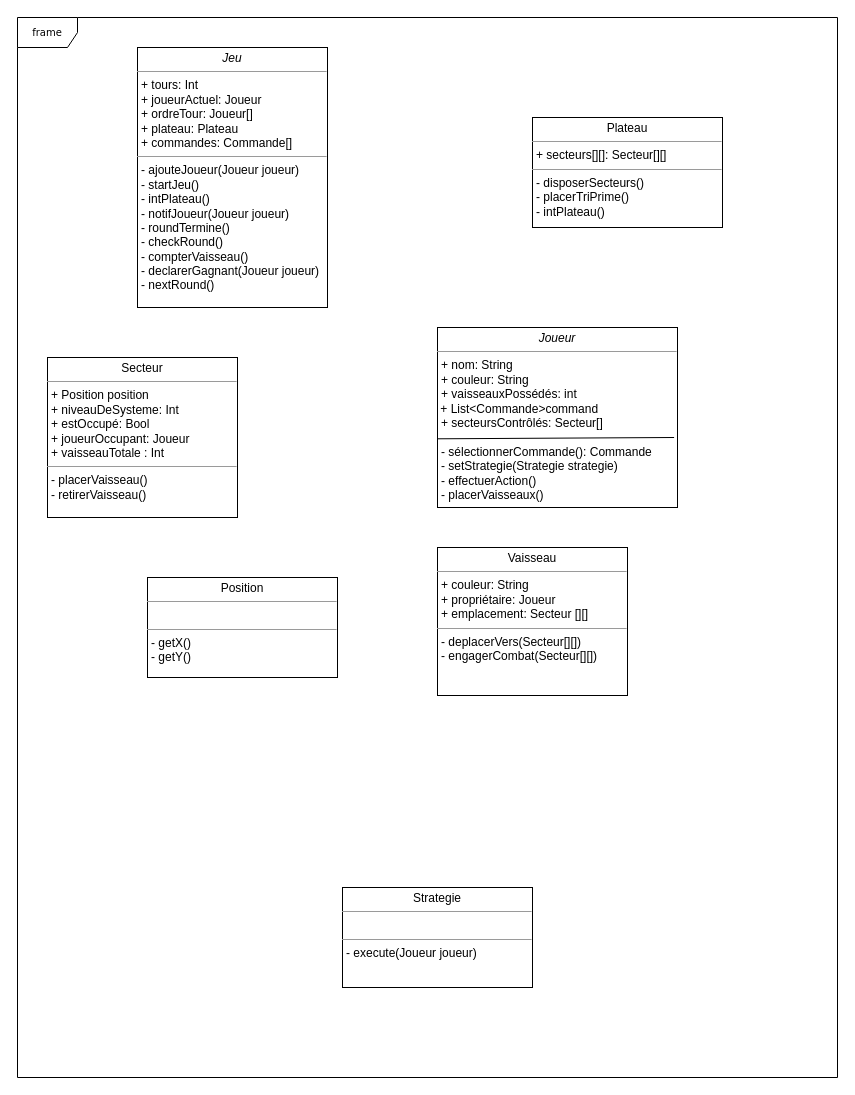
Earlier version of the draw.io diagram DiagrammeDeClasse.drawio (haikll/pocket_imperium_java). Source tidied: cells renumbered, new cells numbered last; positions are measured from the earlier drawing's top-left corner, leaving out a move shared by most shapes. Both pictures are drawn from the tidied source at 100%, with x=0, y=0 at pixel (17, 17).
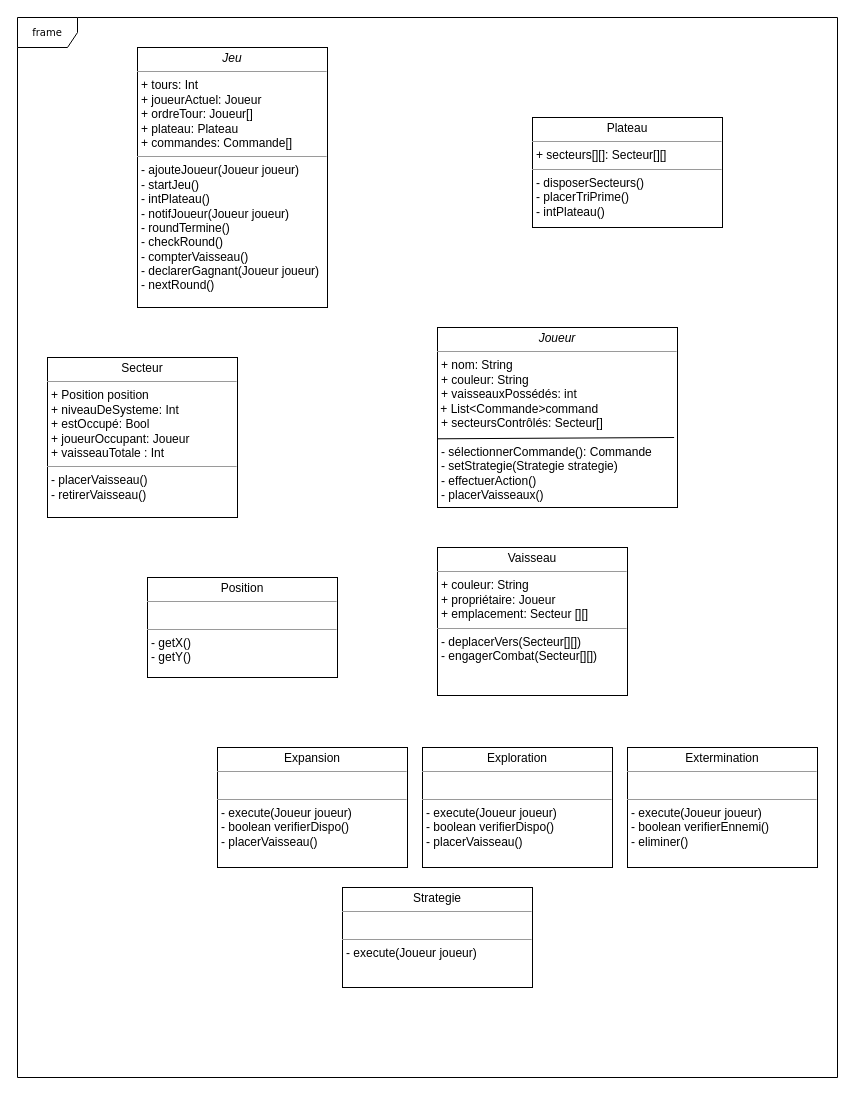
The same diagram, later.

Commit message (it also covers changes not shown here):
Mettre à jour DiagrammeDeClasse.drawio

Change to the diagram source:
```diff
@@
 <mxGraphModel>
   <root>
     <mxCell id="0" />
     <mxCell id="1" parent="0" />
     <mxCell id="2" value="frame" style="shape=umlFrame;whiteSpace=wrap;html=1;rounded=0;shadow=0;comic=0;labelBackgroundColor=none;strokeWidth=1;fontFamily=Verdana;fontSize=10;align=center;" parent="1" vertex="1">
       <mxGeometry width="820" height="1060" as="geometry" />
     </mxCell>
     <mxCell id="3" value="&lt;p style=&quot;margin:0px;margin-top:4px;text-align:center;&quot;&gt;&lt;span style=&quot;caret-color: rgb(0, 0, 0); text-align: start; text-wrap: wrap; text-size-adjust: auto;&quot; id=&quot;docs-internal-guid-2ee5d506-7fff-8867-afa0-fd2d16b8a3a7&quot;&gt;&lt;span style=&quot;background-color: transparent; font-variant-east-asian: normal; font-variant-position: normal; vertical-align: baseline; white-space-collapse: preserve;&quot;&gt;&lt;font style=&quot;font-size: 12px;&quot;&gt;Vaisseau&lt;/font&gt;&lt;/span&gt;&lt;/span&gt;&lt;br&gt;&lt;/p&gt;&lt;hr size=&quot;1&quot;&gt;&lt;p style=&quot;margin:0px;margin-left:4px;&quot;&gt;&lt;font style=&quot;font-size: 12px;&quot;&gt;+ couleur: String&lt;br&gt;+&amp;nbsp;&lt;span style=&quot;caret-color: rgb(0, 0, 0); text-wrap: wrap; text-size-adjust: auto;&quot; id=&quot;docs-internal-guid-62168c0f-7fff-41d5-4c26-f476566d4a15&quot;&gt;&lt;span style=&quot;font-family: Arial, sans-serif; background-color: transparent; font-variant-east-asian: normal; font-variant-position: normal; vertical-align: baseline; white-space-collapse: preserve;&quot;&gt;propriétaire&lt;/span&gt;&lt;/span&gt;: Joueur&lt;/font&gt;&lt;/p&gt;&lt;p style=&quot;margin:0px;margin-left:4px;&quot;&gt;&lt;font style=&quot;font-size: 12px;&quot;&gt;+&amp;nbsp;&lt;span style=&quot;caret-color: rgb(0, 0, 0); text-wrap: wrap; text-size-adjust: auto;&quot; id=&quot;docs-internal-guid-e295361c-7fff-5693-6578-479ee620bb02&quot;&gt;&lt;span style=&quot;font-family: Arial, sans-serif; background-color: transparent; font-variant-east-asian: normal; font-variant-position: normal; vertical-align: baseline; white-space-collapse: preserve;&quot;&gt;emplacement&lt;/span&gt;&lt;/span&gt;: Secteur [][]&lt;br&gt;&lt;/font&gt;&lt;/p&gt;&lt;hr size=&quot;1&quot;&gt;&lt;p style=&quot;margin:0px;margin-left:4px;&quot;&gt;&lt;font style=&quot;font-size: 12px;&quot;&gt;-&amp;nbsp;&lt;span style=&quot;caret-color: rgb(0, 0, 0); text-wrap: wrap; text-size-adjust: auto;&quot; id=&quot;docs-internal-guid-6ab4af52-7fff-8bf8-78c1-0ad7d5bf00ba&quot;&gt;&lt;span style=&quot;font-family: Arial, sans-serif; background-color: transparent; font-variant-east-asian: normal; font-variant-position: normal; vertical-align: baseline; white-space-collapse: preserve;&quot;&gt;deplacerVers&lt;/span&gt;&lt;/span&gt;(Secteur[][])&lt;/font&gt;&lt;/p&gt;&lt;p style=&quot;margin:0px;margin-left:4px;&quot;&gt;&lt;font style=&quot;font-size: 12px;&quot;&gt;&lt;span style=&quot;background-color: initial;&quot;&gt;-&amp;nbsp;&lt;/span&gt;&lt;span style=&quot;caret-color: rgb(0, 0, 0); text-wrap: wrap; text-size-adjust: auto;&quot; id=&quot;docs-internal-guid-ca77cee1-7fff-af72-6b52-f041e94a133c&quot;&gt;&lt;span style=&quot;font-family: Arial, sans-serif; background-color: transparent; font-variant-east-asian: normal; font-variant-position: normal; vertical-align: baseline; white-space-collapse: preserve;&quot;&gt;engagerCombat&lt;/span&gt;&lt;/span&gt;&lt;span style=&quot;background-color: initial;&quot;&gt;(Secteur[][])&lt;/span&gt;&lt;/font&gt;&lt;br&gt;&lt;/p&gt;" style="verticalAlign=top;align=left;overflow=fill;fontSize=12;fontFamily=Helvetica;html=1;rounded=0;shadow=0;comic=0;labelBackgroundColor=none;strokeWidth=1;" parent="1" vertex="1">
       <mxGeometry x="420" y="530" width="190" height="148" as="geometry" />
     </mxCell>
     <mxCell id="4" value="&lt;p style=&quot;margin:0px;margin-top:4px;text-align:center;&quot;&gt;&lt;span style=&quot;caret-color: rgb(0, 0, 0); text-align: start; text-wrap: wrap; text-size-adjust: auto;&quot; id=&quot;docs-internal-guid-b3213f9f-7fff-8f5c-c253-338bc10951cc&quot;&gt;&lt;span style=&quot;font-family: Arial, sans-serif; background-color: transparent; font-variant-east-asian: normal; font-variant-position: normal; vertical-align: baseline; white-space-collapse: preserve;&quot;&gt;Plateau&lt;/span&gt;&lt;/span&gt;&lt;br&gt;&lt;/p&gt;&lt;hr size=&quot;1&quot;&gt;&lt;p style=&quot;margin:0px;margin-left:4px;&quot;&gt;+&amp;nbsp;&lt;span style=&quot;caret-color: rgb(0, 0, 0); text-wrap: wrap; text-size-adjust: auto;&quot; id=&quot;docs-internal-guid-b2e2c27a-7fff-f34c-b8bb-4817a529b96e&quot;&gt;&lt;span style=&quot;font-family: Arial, sans-serif; background-color: transparent; font-variant-east-asian: normal; font-variant-position: normal; vertical-align: baseline; white-space-collapse: preserve;&quot;&gt;&lt;font style=&quot;font-size: 12px;&quot;&gt;secteurs[][]&lt;/font&gt;&lt;/span&gt;&lt;/span&gt;: Secteur[][]&lt;br&gt;&lt;/p&gt;&lt;hr size=&quot;1&quot;&gt;&lt;p style=&quot;margin:0px;margin-left:4px;&quot;&gt;-&amp;nbsp;&lt;span style=&quot;caret-color: rgb(0, 0, 0); text-wrap: wrap; text-size-adjust: auto;&quot; id=&quot;docs-internal-guid-2244ef7e-7fff-301d-b6cc-7731503437bb&quot;&gt;&lt;span style=&quot;font-family: Arial, sans-serif; background-color: transparent; font-variant-east-asian: normal; font-variant-position: normal; vertical-align: baseline; white-space-collapse: preserve;&quot;&gt;&lt;font style=&quot;font-size: 12px;&quot;&gt;disposerSecteurs&lt;/font&gt;&lt;/span&gt;&lt;/span&gt;()&lt;/p&gt;&lt;p style=&quot;margin:0px;margin-left:4px;&quot;&gt;-&amp;nbsp;&lt;span style=&quot;caret-color: rgb(0, 0, 0); text-wrap: wrap; text-size-adjust: auto;&quot; id=&quot;docs-internal-guid-e2a53ce2-7fff-88a2-711e-00a28b6adaa2&quot;&gt;&lt;span style=&quot;font-family: Arial, sans-serif; background-color: transparent; font-variant-east-asian: normal; font-variant-position: normal; vertical-align: baseline; white-space-collapse: preserve;&quot;&gt;&lt;font style=&quot;font-size: 12px;&quot;&gt;placerTriPrime&lt;/font&gt;&lt;/span&gt;&lt;/span&gt;()&lt;/p&gt;&lt;p style=&quot;margin:0px;margin-left:4px;&quot;&gt;- intPlateau()&lt;br&gt;&lt;/p&gt;" style="verticalAlign=top;align=left;overflow=fill;fontSize=12;fontFamily=Helvetica;html=1;rounded=0;shadow=0;comic=0;labelBackgroundColor=none;strokeWidth=1;" parent="1" vertex="1">
       <mxGeometry x="515" y="100" width="190" height="110" as="geometry" />
     </mxCell>
     <mxCell id="5" value="&lt;p style=&quot;margin:0px;margin-top:4px;text-align:center;&quot;&gt;&lt;i&gt;Jeu&lt;/i&gt;&lt;br&gt;&lt;/p&gt;&lt;hr size=&quot;1&quot;&gt;&lt;p style=&quot;margin:0px;margin-left:4px;&quot;&gt;+ tours: Int&lt;br&gt;+ joueurActuel: Joueur&lt;/p&gt;&lt;p style=&quot;margin: 0px 0px 0px 4px;&quot;&gt;+ ordreTour: Joueur[]&lt;/p&gt;&lt;p style=&quot;margin: 0px 0px 0px 4px;&quot;&gt;+ plateau: Plateau&lt;/p&gt;&lt;p style=&quot;margin: 0px 0px 0px 4px;&quot;&gt;+ commandes: Commande[]&lt;/p&gt;&lt;hr size=&quot;1&quot;&gt;&lt;p style=&quot;margin:0px;margin-left:4px;&quot;&gt;- ajouteJoueur(Joueur joueur)&lt;br&gt;&lt;/p&gt;&lt;p style=&quot;margin:0px;margin-left:4px;&quot;&gt;- startJeu()&lt;/p&gt;&lt;p style=&quot;margin:0px;margin-left:4px;&quot;&gt;- intPlateau()&lt;/p&gt;&lt;p style=&quot;margin:0px;margin-left:4px;&quot;&gt;- notifJoueur(Joueur joueur)&lt;/p&gt;&lt;p style=&quot;margin:0px;margin-left:4px;&quot;&gt;&lt;/p&gt;&lt;p style=&quot;margin:0px;margin-left:4px;&quot;&gt;- roundTermine()&lt;/p&gt;&lt;p style=&quot;margin:0px;margin-left:4px;&quot;&gt;- checkRound()&lt;br&gt;&lt;/p&gt;&lt;p style=&quot;margin:0px;margin-left:4px;&quot;&gt;- compterVaisseau()&lt;br&gt;&lt;/p&gt;&lt;p style=&quot;margin:0px;margin-left:4px;&quot;&gt;- declarerGagnant(Joueur joueur)&lt;/p&gt;&lt;p style=&quot;margin:0px;margin-left:4px;&quot;&gt;- nextRound()&lt;/p&gt;&lt;p style=&quot;margin:0px;margin-left:4px;&quot;&gt;&lt;br&gt;&lt;/p&gt;&lt;p style=&quot;margin:0px;margin-left:4px;&quot;&gt;&lt;br&gt;&lt;/p&gt;" style="verticalAlign=top;align=left;overflow=fill;fontSize=12;fontFamily=Helvetica;html=1;rounded=0;shadow=0;comic=0;labelBackgroundColor=none;strokeWidth=1;" parent="1" vertex="1">
       <mxGeometry x="120" y="30" width="190" height="260" as="geometry" />
     </mxCell>
     <mxCell id="6" value="&lt;p style=&quot;margin:0px;margin-top:4px;text-align:center;&quot;&gt;&lt;i&gt;Joueur&lt;/i&gt;&lt;br&gt;&lt;/p&gt;&lt;hr size=&quot;1&quot;&gt;&lt;p style=&quot;margin:0px;margin-left:4px;&quot;&gt;+ nom: String&lt;br&gt;+ couleur: String&lt;/p&gt;&lt;p style=&quot;margin:0px;margin-left:4px;&quot;&gt;+&amp;nbsp;&lt;span style=&quot;caret-color: rgb(0, 0, 0); text-wrap: wrap; text-size-adjust: auto;&quot; id=&quot;docs-internal-guid-6de89723-7fff-ddd4-8437-8b7554050fe8&quot;&gt;&lt;span style=&quot;background-color: transparent; font-variant-east-asian: normal; font-variant-position: normal; vertical-align: baseline; white-space-collapse: preserve;&quot;&gt;&lt;font style=&quot;font-size: 12px;&quot; face=&quot;Helvetica&quot;&gt;vaisseauxPossédés&lt;/font&gt;&lt;/span&gt;&lt;/span&gt;: int&lt;br&gt;&lt;/p&gt;&lt;div&gt;&amp;nbsp;+ List&amp;lt;Commande&amp;gt;command&lt;br&gt;&lt;/div&gt;&lt;div&gt;&lt;p style=&quot;margin: 0px 0px 0px 4px;&quot;&gt;+&amp;nbsp;&lt;span style=&quot;caret-color: rgb(0, 0, 0); text-wrap: wrap; text-size-adjust: auto;&quot; id=&quot;docs-internal-guid-5e5d3d90-7fff-a844-01cc-83fdc1810987&quot;&gt;&lt;span style=&quot;font-family: Arial, sans-serif; background-color: transparent; font-variant-east-asian: normal; font-variant-position: normal; vertical-align: baseline; white-space-collapse: preserve;&quot;&gt;&lt;font style=&quot;font-size: 12px;&quot;&gt;secteursContrôlés&lt;/font&gt;&lt;/span&gt;&lt;/span&gt;: Secteur[]&lt;br&gt;&lt;/p&gt;&lt;p style=&quot;margin: 0px 0px 0px 4px;&quot;&gt;&lt;br&gt;&lt;/p&gt;&lt;/div&gt;&lt;div&gt;&lt;/div&gt;&lt;p style=&quot;margin:0px;margin-left:4px;&quot;&gt;-&amp;nbsp;&lt;span style=&quot;caret-color: rgb(0, 0, 0); text-wrap: wrap; text-size-adjust: auto;&quot; id=&quot;docs-internal-guid-1cc7331e-7fff-ebf7-1ea9-ec3f53f1e658&quot;&gt;&lt;span style=&quot;font-family: Arial, sans-serif; background-color: transparent; font-variant-east-asian: normal; font-variant-position: normal; vertical-align: baseline; white-space-collapse: preserve;&quot;&gt;&lt;font style=&quot;font-size: 12px;&quot;&gt;sélectionnerCommande&lt;/font&gt;&lt;/span&gt;&lt;/span&gt;(): Commande&lt;/p&gt;&lt;p style=&quot;margin:0px;margin-left:4px;&quot;&gt;- setStrategie(Strategie strategie)&lt;br&gt;&lt;/p&gt;&lt;p style=&quot;margin:0px;margin-left:4px;&quot;&gt;-&amp;nbsp;&lt;span style=&quot;caret-color: rgb(0, 0, 0); text-wrap: wrap; text-size-adjust: auto;&quot; id=&quot;docs-internal-guid-b605cee1-7fff-6ceb-278c-d278d0f0dbaa&quot;&gt;&lt;span style=&quot;font-family: Arial, sans-serif; background-color: transparent; font-variant-east-asian: normal; font-variant-position: normal; vertical-align: baseline; white-space-collapse: preserve;&quot;&gt;&lt;font style=&quot;font-size: 12px;&quot;&gt;effectuerAction&lt;/font&gt;&lt;/span&gt;&lt;/span&gt;()&lt;/p&gt;&lt;p style=&quot;margin:0px;margin-left:4px;&quot;&gt;-&amp;nbsp;&lt;span style=&quot;caret-color: rgb(0, 0, 0); text-wrap: wrap; text-size-adjust: auto;&quot; id=&quot;docs-internal-guid-a8f24988-7fff-b718-d9a4-53bfb2a87d07&quot;&gt;&lt;span style=&quot;background-color: transparent; font-variant-east-asian: normal; font-variant-position: normal; vertical-align: baseline; white-space-collapse: preserve;&quot;&gt;&lt;font face=&quot;Helvetica&quot; style=&quot;font-size: 12px;&quot;&gt;placerVaisseaux&lt;/font&gt;&lt;/span&gt;&lt;/span&gt;()&lt;br&gt;&lt;/p&gt;" style="verticalAlign=top;align=left;overflow=fill;fontSize=12;fontFamily=Helvetica;html=1;rounded=0;shadow=0;comic=0;labelBackgroundColor=none;strokeWidth=1;" parent="1" vertex="1">
       <mxGeometry x="420" y="310" width="240" height="180" as="geometry" />
     </mxCell>
     <mxCell id="7" value="&lt;p style=&quot;margin:0px;margin-top:4px;text-align:center;&quot;&gt;&lt;span style=&quot;caret-color: rgb(0, 0, 0); text-align: start; text-wrap: wrap; text-size-adjust: auto;&quot; id=&quot;docs-internal-guid-e3b61ee9-7fff-e5d5-41c7-d22d9880ad86&quot;&gt;&lt;span style=&quot;font-family: Arial, sans-serif; background-color: transparent; font-variant-east-asian: normal; font-variant-position: normal; vertical-align: baseline; white-space-collapse: preserve;&quot;&gt;&lt;font style=&quot;font-size: 12px;&quot;&gt;Secteur&lt;/font&gt;&lt;/span&gt;&lt;/span&gt;&lt;br&gt;&lt;/p&gt;&lt;hr size=&quot;1&quot;&gt;&lt;p style=&quot;margin:0px;margin-left:4px;&quot;&gt;+ Position position&lt;br&gt;&lt;/p&gt;&lt;p style=&quot;margin:0px;margin-left:4px;&quot;&gt;+&amp;nbsp;&lt;span style=&quot;caret-color: rgb(0, 0, 0); text-wrap: wrap; text-size-adjust: auto;&quot; id=&quot;docs-internal-guid-462577ee-7fff-3a6e-18f1-1afd69765bc6&quot;&gt;&lt;span style=&quot;font-family: Arial, sans-serif; background-color: transparent; font-variant-east-asian: normal; font-variant-position: normal; vertical-align: baseline; white-space-collapse: preserve;&quot;&gt;&lt;font style=&quot;font-size: 12px;&quot;&gt;niveauDeSysteme&lt;/font&gt;&lt;/span&gt;&lt;/span&gt;: Int&lt;/p&gt;&lt;p style=&quot;margin:0px;margin-left:4px;&quot;&gt;+&amp;nbsp;&lt;span style=&quot;caret-color: rgb(0, 0, 0); text-wrap: wrap; text-size-adjust: auto;&quot; id=&quot;docs-internal-guid-7cf39076-7fff-7596-5069-f07c1bd4fb56&quot;&gt;&lt;span style=&quot;font-family: Arial, sans-serif; background-color: transparent; font-variant-east-asian: normal; font-variant-position: normal; vertical-align: baseline; white-space-collapse: preserve;&quot;&gt;&lt;font style=&quot;font-size: 12px;&quot;&gt;estOccupé&lt;/font&gt;&lt;/span&gt;&lt;/span&gt;: Bool&lt;/p&gt;&lt;p style=&quot;margin:0px;margin-left:4px;&quot;&gt;+&amp;nbsp;&lt;span style=&quot;caret-color: rgb(0, 0, 0); text-wrap: wrap; text-size-adjust: auto;&quot; id=&quot;docs-internal-guid-00a3d113-7fff-d1fa-c497-511a970d967c&quot;&gt;&lt;span style=&quot;background-color: transparent; font-variant-east-asian: normal; font-variant-position: normal; vertical-align: baseline; white-space-collapse: preserve;&quot;&gt;&lt;font style=&quot;font-size: 12px;&quot;&gt;joueurOccupant&lt;/font&gt;&lt;/span&gt;&lt;/span&gt;: Joueur&lt;/p&gt;&lt;p style=&quot;margin:0px;margin-left:4px;&quot;&gt;+ vaisseauTotale : Int&lt;br&gt;&lt;/p&gt;&lt;hr size=&quot;1&quot;&gt;&lt;p style=&quot;margin:0px;margin-left:4px;&quot;&gt;-&amp;nbsp;&lt;span style=&quot;caret-color: rgb(0, 0, 0); text-wrap: wrap; text-size-adjust: auto;&quot; id=&quot;docs-internal-guid-e1630ec1-7fff-0c20-7431-e668d71be7ab&quot;&gt;&lt;span style=&quot;background-color: transparent; font-variant-east-asian: normal; font-variant-position: normal; vertical-align: baseline; white-space-collapse: preserve;&quot;&gt;&lt;font face=&quot;Helvetica&quot; style=&quot;font-size: 12px;&quot;&gt;placerVaisseau&lt;/font&gt;&lt;/span&gt;&lt;/span&gt;()&lt;br&gt;-&amp;nbsp;&lt;span style=&quot;caret-color: rgb(0, 0, 0); text-wrap: wrap; text-size-adjust: auto;&quot; id=&quot;docs-internal-guid-03e8e8f0-7fff-3a2d-6706-b5379dcc5f43&quot;&gt;&lt;span style=&quot;font-family: Arial, sans-serif; background-color: transparent; font-variant-east-asian: normal; font-variant-position: normal; vertical-align: baseline; white-space-collapse: preserve;&quot;&gt;&lt;font style=&quot;font-size: 12px;&quot;&gt;retirerVaisseau&lt;/font&gt;&lt;/span&gt;&lt;/span&gt;()&lt;/p&gt;" style="verticalAlign=top;align=left;overflow=fill;fontSize=12;fontFamily=Helvetica;html=1;rounded=0;shadow=0;comic=0;labelBackgroundColor=none;strokeWidth=1;" parent="1" vertex="1">
       <mxGeometry x="30" y="340" width="190" height="160" as="geometry" />
     </mxCell>
     <mxCell id="8" style="endArrow=none;html=1;rounded=0;exitX=0.012;exitY=0.679;exitDx=0;exitDy=0;exitPerimeter=0;entryX=0.998;entryY=0.673;entryDx=0;entryDy=0;entryPerimeter=0;" parent="1" edge="1">
       <mxGeometry relative="1" as="geometry">
         <mxPoint x="420" y="421.3" as="sourcePoint" />
         <mxPoint x="656.6" y="420" as="targetPoint" />
       </mxGeometry>
     </mxCell>
     <mxCell id="9" value="&lt;p style=&quot;margin:0px;margin-top:4px;text-align:center;&quot;&gt;Position&lt;br&gt;&lt;/p&gt;&lt;hr size=&quot;1&quot;&gt;&lt;br&gt;&lt;hr size=&quot;1&quot;&gt;&lt;p style=&quot;margin:0px;margin-left:4px;&quot;&gt;- &lt;font face=&quot;Helvetica&quot;&gt;getX()&lt;/font&gt;&lt;/p&gt;&lt;p style=&quot;margin:0px;margin-left:4px;&quot;&gt;&lt;font face=&quot;Helvetica&quot;&gt;- getY()&lt;br&gt;&lt;/font&gt;&lt;/p&gt;" style="verticalAlign=top;align=left;overflow=fill;fontSize=12;fontFamily=Helvetica;html=1;rounded=0;shadow=0;comic=0;labelBackgroundColor=none;strokeWidth=1;" parent="1" vertex="1">
       <mxGeometry x="130" y="560" width="190" height="100" as="geometry" />
     </mxCell>
     <mxCell id="10" value="&lt;p style=&quot;margin:0px;margin-top:4px;text-align:center;&quot;&gt;Strategie&lt;br&gt;&lt;/p&gt;&lt;hr size=&quot;1&quot;&gt;&lt;br&gt;&lt;hr size=&quot;1&quot;&gt;&lt;p style=&quot;margin:0px;margin-left:4px;&quot;&gt;- &lt;font face=&quot;Helvetica&quot;&gt;execute(Joueur joueur)&lt;/font&gt;&lt;/p&gt;" style="verticalAlign=top;align=left;overflow=fill;fontSize=12;fontFamily=Helvetica;html=1;rounded=0;shadow=0;comic=0;labelBackgroundColor=none;strokeWidth=1;" parent="1" vertex="1">
       <mxGeometry x="325" y="870" width="190" height="100" as="geometry" />
     </mxCell>
+    <mxCell id="11" value="&lt;p style=&quot;margin:0px;margin-top:4px;text-align:center;&quot;&gt;Expansion&lt;br&gt;&lt;/p&gt;&lt;hr size=&quot;1&quot;&gt;&lt;br&gt;&lt;hr size=&quot;1&quot;&gt;&lt;p style=&quot;margin:0px;margin-left:4px;&quot;&gt;- &lt;font face=&quot;Helvetica&quot;&gt;execute(Joueur joueur)&lt;/font&gt;&lt;/p&gt;&lt;p style=&quot;margin:0px;margin-left:4px;&quot;&gt;&lt;font face=&quot;Helvetica&quot;&gt;- boolean verifierDispo()&lt;/font&gt;&lt;/p&gt;&lt;p style=&quot;margin:0px;margin-left:4px;&quot;&gt;&lt;font face=&quot;Helvetica&quot;&gt;- placerVaisseau()&lt;br&gt;&lt;/font&gt;&lt;/p&gt;" style="verticalAlign=top;align=left;overflow=fill;fontSize=12;fontFamily=Helvetica;html=1;rounded=0;shadow=0;comic=0;labelBackgroundColor=none;strokeWidth=1;" parent="1" vertex="1">
+      <mxGeometry x="200" y="730" width="190" height="120" as="geometry" />
+    </mxCell>
+    <mxCell id="12" value="&lt;p style=&quot;margin:0px;margin-top:4px;text-align:center;&quot;&gt;Exploration&lt;br&gt;&lt;/p&gt;&lt;hr size=&quot;1&quot;&gt;&lt;br&gt;&lt;hr size=&quot;1&quot;&gt;&lt;p style=&quot;margin:0px;margin-left:4px;&quot;&gt;- &lt;font face=&quot;Helvetica&quot;&gt;execute(Joueur joueur)&lt;/font&gt;&lt;/p&gt;&lt;p style=&quot;margin:0px;margin-left:4px;&quot;&gt;&lt;font face=&quot;Helvetica&quot;&gt;- boolean verifierDispo()&lt;/font&gt;&lt;/p&gt;&lt;p style=&quot;margin:0px;margin-left:4px;&quot;&gt;&lt;font face=&quot;Helvetica&quot;&gt;- placerVaisseau()&lt;br&gt;&lt;/font&gt;&lt;/p&gt;" style="verticalAlign=top;align=left;overflow=fill;fontSize=12;fontFamily=Helvetica;html=1;rounded=0;shadow=0;comic=0;labelBackgroundColor=none;strokeWidth=1;" parent="1" vertex="1">
+      <mxGeometry x="405" y="730" width="190" height="120" as="geometry" />
+    </mxCell>
+    <mxCell id="13" value="&lt;p style=&quot;margin:0px;margin-top:4px;text-align:center;&quot;&gt;Extermination&lt;br&gt;&lt;/p&gt;&lt;hr size=&quot;1&quot;&gt;&lt;br&gt;&lt;hr size=&quot;1&quot;&gt;&lt;p style=&quot;margin:0px;margin-left:4px;&quot;&gt;- &lt;font face=&quot;Helvetica&quot;&gt;execute(Joueur joueur)&lt;/font&gt;&lt;/p&gt;&lt;p style=&quot;margin:0px;margin-left:4px;&quot;&gt;&lt;font face=&quot;Helvetica&quot;&gt;- boolean verifierEnnemi()&lt;/font&gt;&lt;/p&gt;&lt;p style=&quot;margin:0px;margin-left:4px;&quot;&gt;&lt;font face=&quot;Helvetica&quot;&gt;- eliminer()&lt;br&gt;&lt;/font&gt;&lt;/p&gt;" style="verticalAlign=top;align=left;overflow=fill;fontSize=12;fontFamily=Helvetica;html=1;rounded=0;shadow=0;comic=0;labelBackgroundColor=none;strokeWidth=1;" parent="1" vertex="1">
+      <mxGeometry x="610" y="730" width="190" height="120" as="geometry" />
+    </mxCell>
   </root>
 </mxGraphModel>
```
